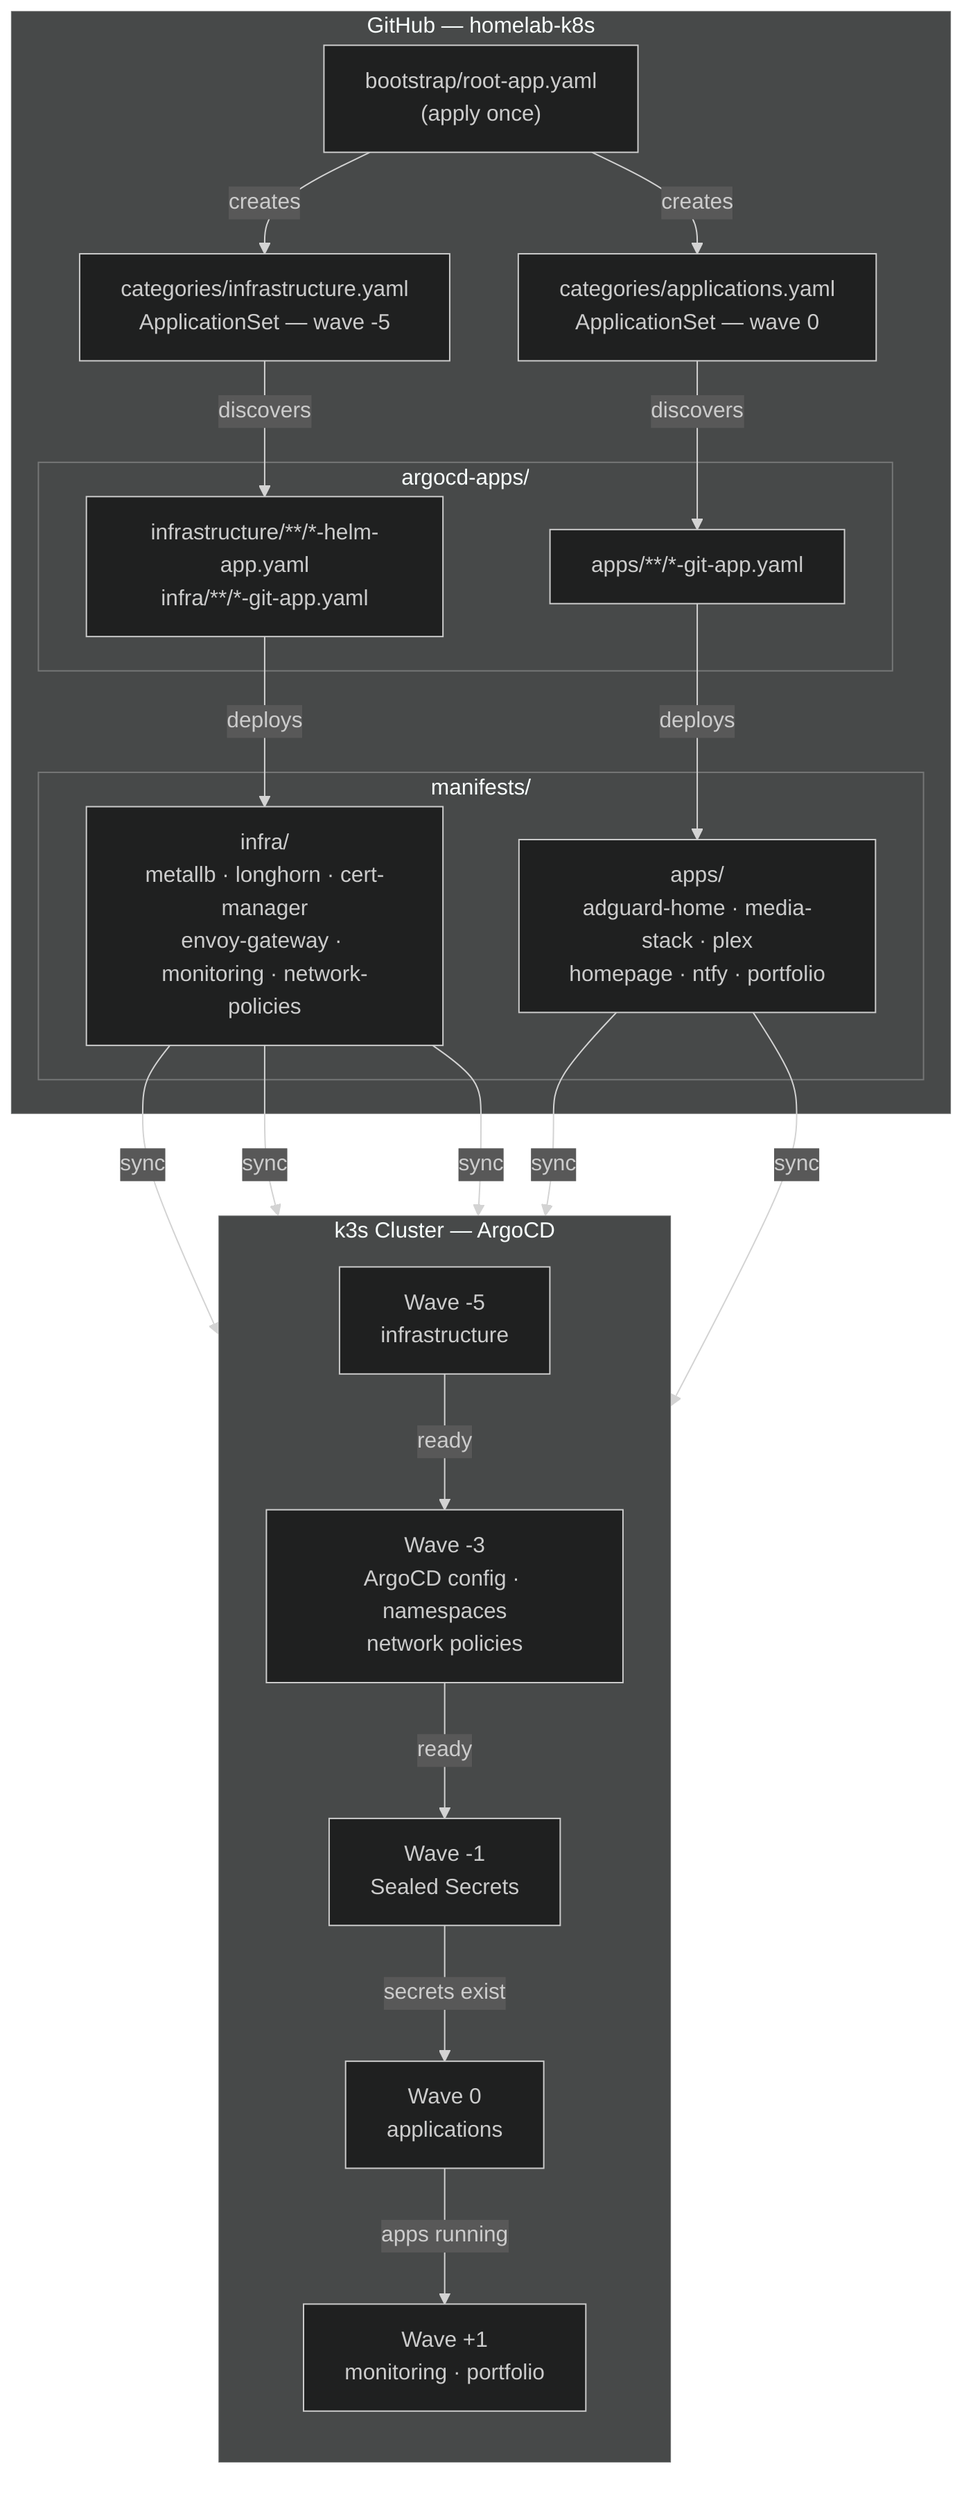
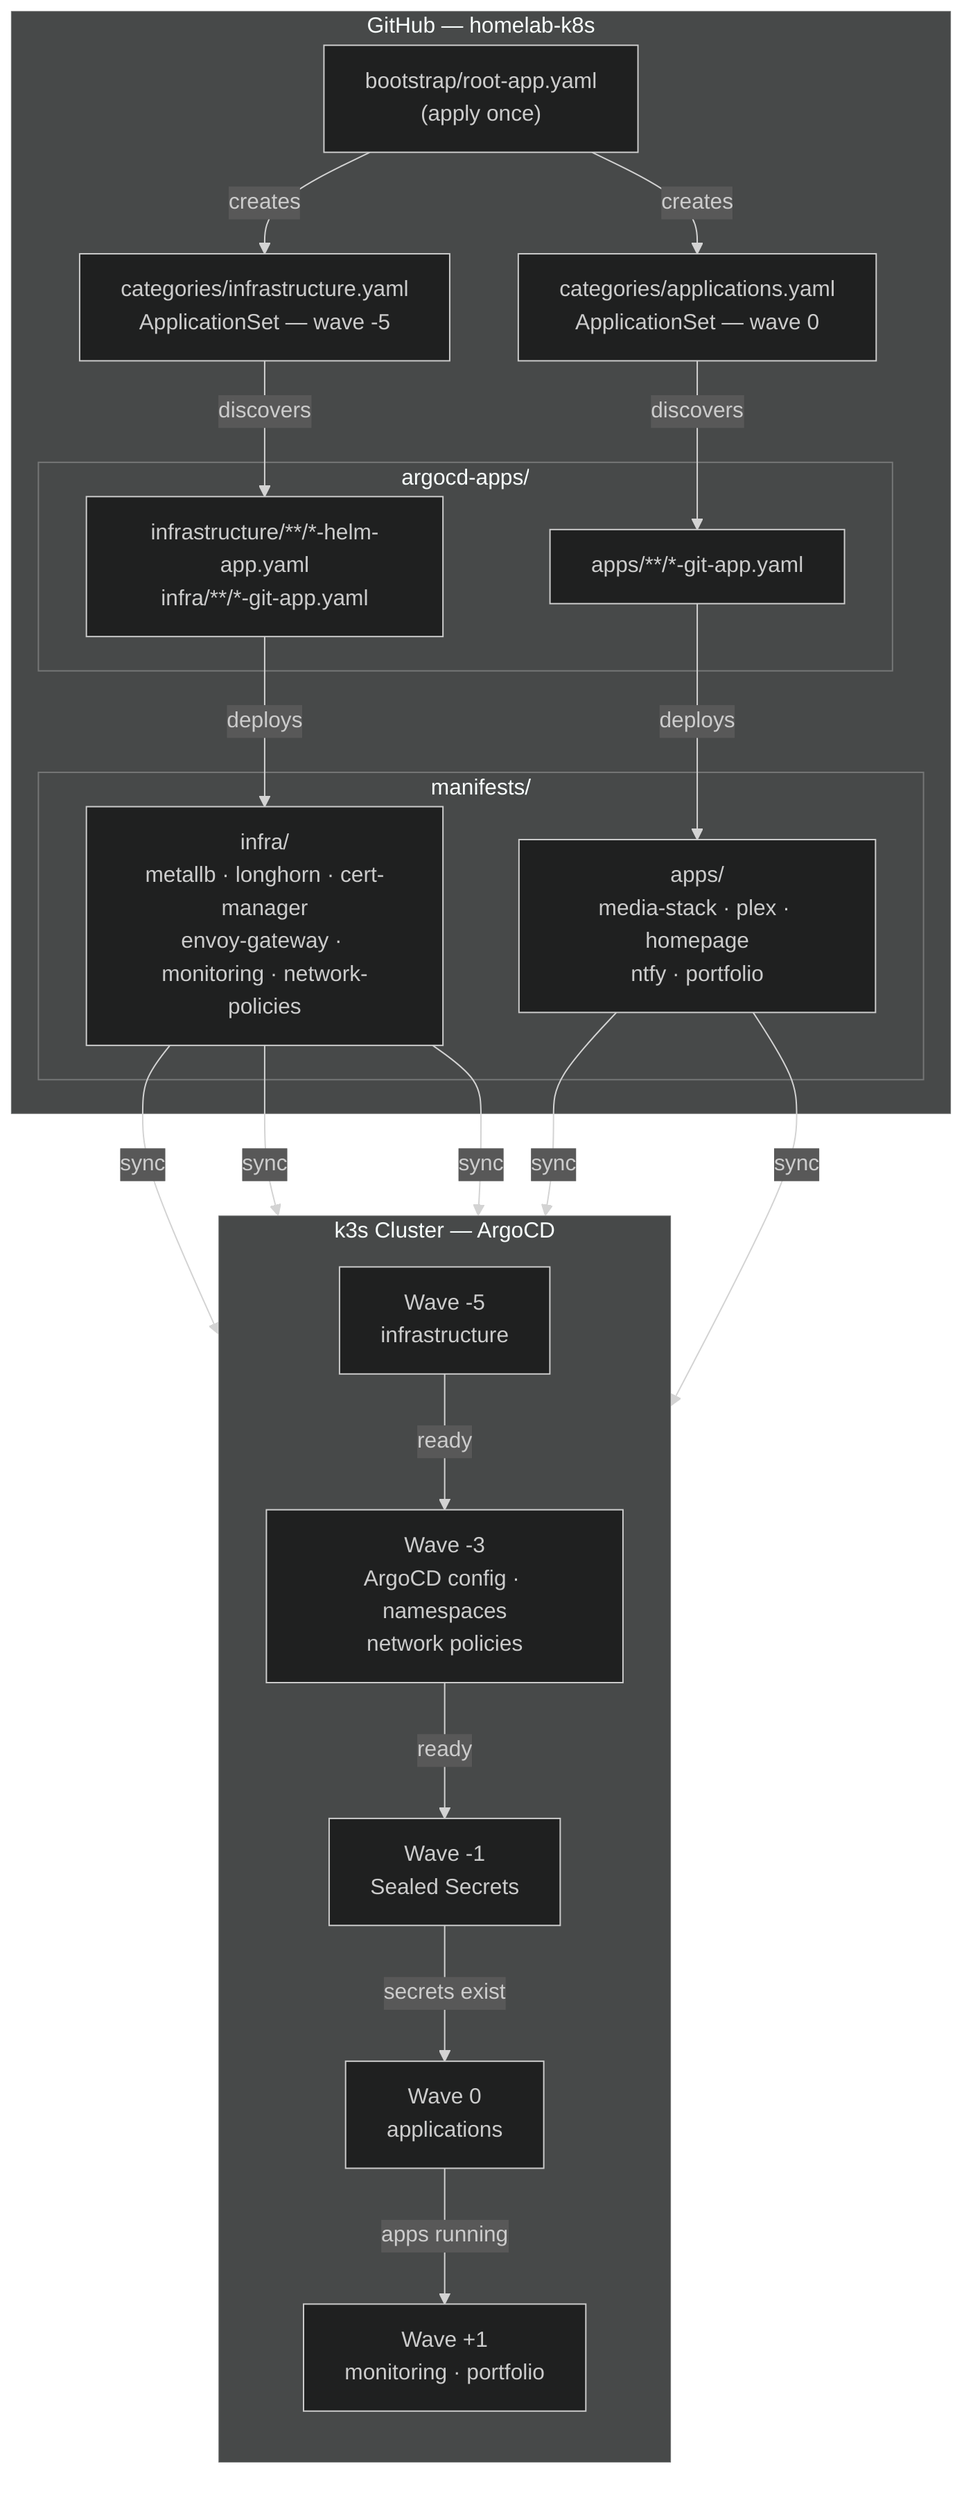
%%{ init: { "theme": "dark" } }%%
flowchart TB
    subgraph Git["GitHub — homelab-k8s"]
        Root["bootstrap/root-app.yaml\n(apply once)"]
        InfraSet["categories/infrastructure.yaml\nApplicationSet — wave -5"]
        AppsSet["categories/applications.yaml\nApplicationSet — wave 0"]

        subgraph ArgoApps["argocd-apps/"]
            InfraApps["infrastructure/**/*-helm-app.yaml\ninfra/**/*-git-app.yaml"]
            AppDefs["apps/**/*-git-app.yaml"]
        end

        subgraph Manifests["manifests/"]
            InfraManifests["infra/\nmetallb · longhorn · cert-manager\nenvoy-gateway · monitoring · network-policies"]
-             AppManifests["apps/\nadguard-home · media-stack · plex\nhomepage · ntfy · portfolio"]
+             AppManifests["apps/\nmedia-stack · plex · homepage\nntfy · portfolio"]
        end
    end

    subgraph Cluster["k3s Cluster — ArgoCD"]
        direction TB
        W5["Wave -5\ninfrastructure"]
        W3["Wave -3\nArgoCD config · namespaces\nnetwork policies"]
        W1["Wave -1\nSealed Secrets"]
        W0["Wave 0\napplications"]
        W1P["Wave +1\nmonitoring · portfolio"]
    end

    Root -->|"creates"| InfraSet
    Root -->|"creates"| AppsSet
    InfraSet -->|"discovers"| InfraApps
    AppsSet -->|"discovers"| AppDefs
    InfraApps -->|"deploys"| InfraManifests
    AppDefs -->|"deploys"| AppManifests
    InfraManifests -->|"sync"| W5
    InfraManifests -->|"sync"| W3
    InfraManifests -->|"sync"| W1
    AppManifests -->|"sync"| W0
    AppManifests -->|"sync"| W1P

    W5 -->|"ready"| W3
    W3 -->|"ready"| W1
    W1 -->|"secrets exist"| W0
    W0 -->|"apps running"| W1P
